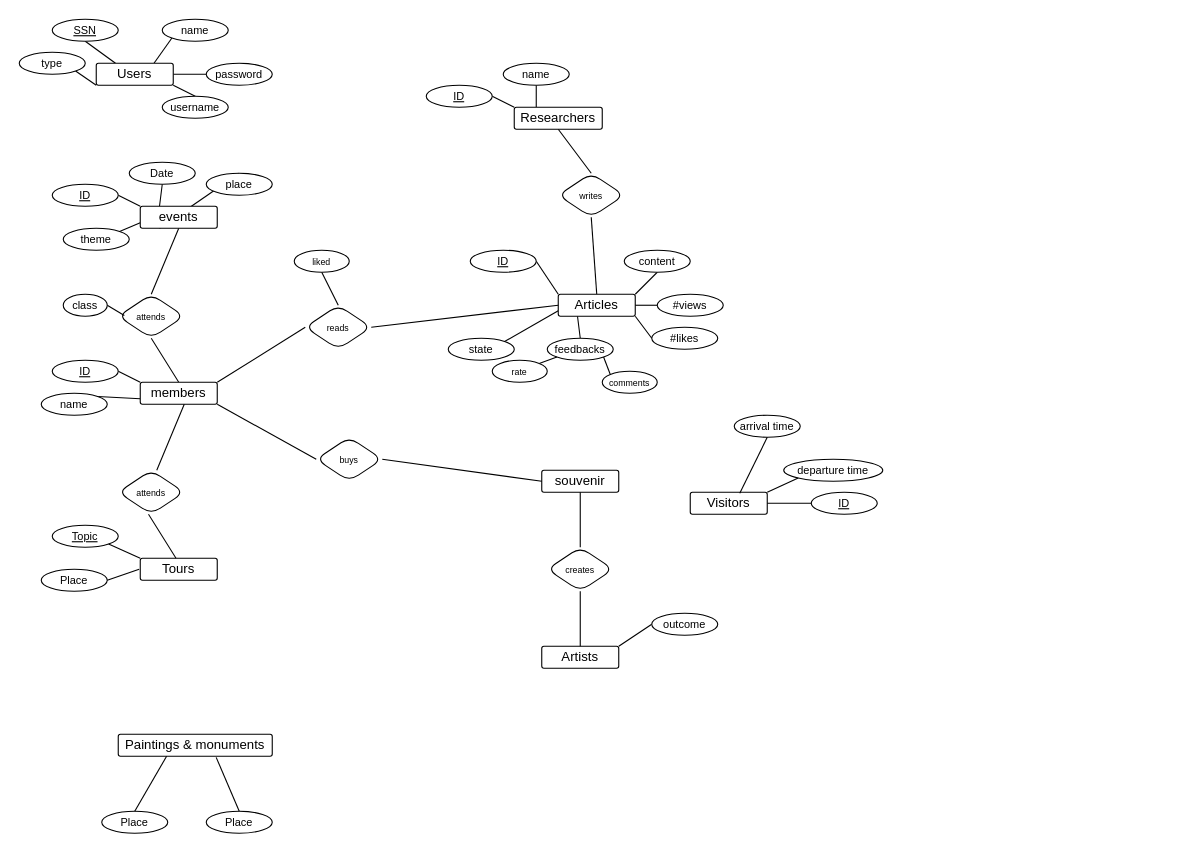
Earlier version of the draw.io diagram ER Diagram/museumER.drawio (Ahmed-ata112/Museum_APP). Source tidied: cells renumbered, new cells numbered last; positions are measured from the earlier drawing's top-left corner, leaving out a move shared by most shapes. Both pictures are drawn from the tidied source at 110%, with x=0, y=0 at pixel (19, 19).
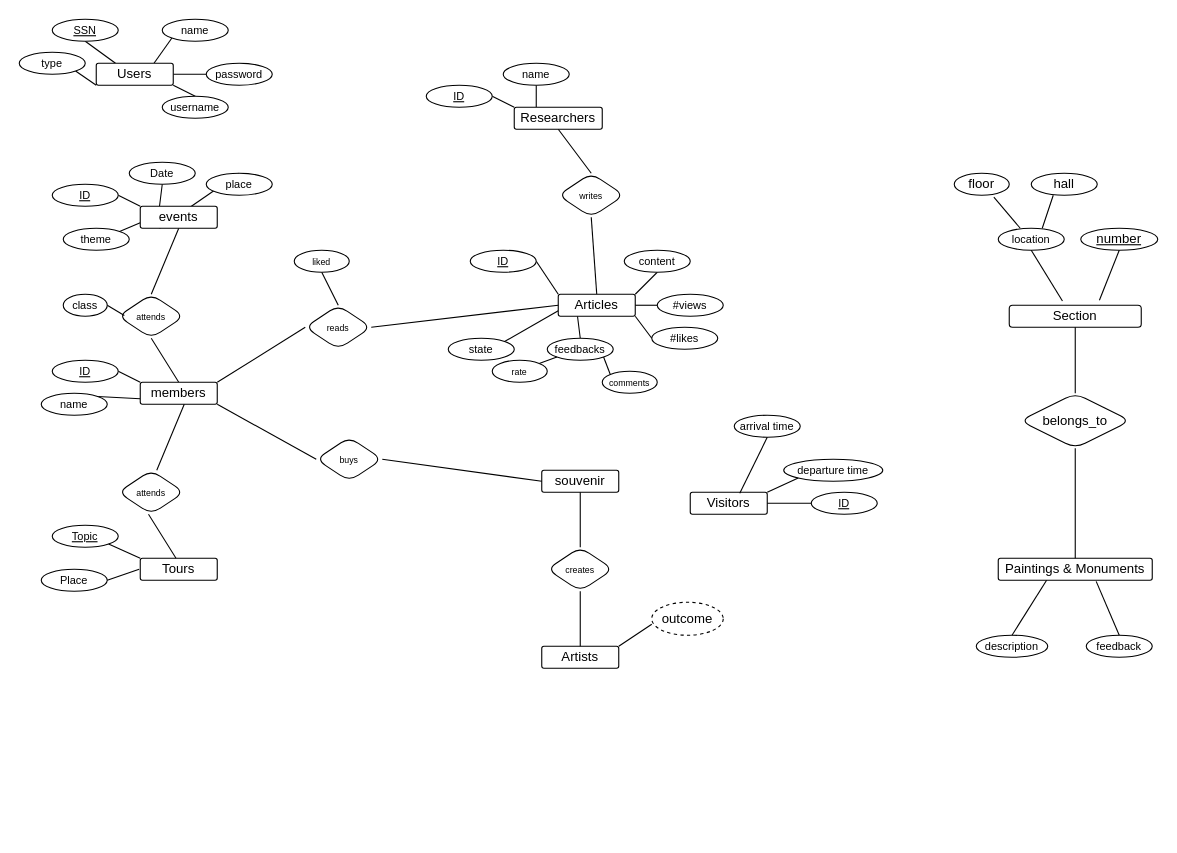
The same diagram, later.

The change refers to these unchanged cells:
```xml
<mxCell id="83" value="Artists" style="arcSize=10;whiteSpace=wrap;html=1;align=center;rounded=1;" parent="1" vertex="1">
  <mxGeometry x="475" y="570" width="70" height="20" as="geometry" />
</mxCell>
```

Change to the diagram source:
```diff
@@
-    <mxCell id="85" style="endArrow=none;html=1;entryX=0;entryY=0.5;entryDx=0;entryDy=0;exitX=1;exitY=0;exitDx=0;exitDy=0;" parent="1" edge="1" source="83" target="86">
-      <mxGeometry relative="1" as="geometry" />
+    <mxCell id="85" style="endArrow=none;html=1;entryX=0;entryY=0.5;entryDx=0;entryDy=0;exitX=1;exitY=0;exitDx=0;exitDy=0;" parent="1" edge="1" source="83">
+      <mxGeometry relative="1" as="geometry">
+        <mxPoint x="575" y="550" as="targetPoint" />
+      </mxGeometry>
     </mxCell>
-    <mxCell id="86" value="&lt;span style=&quot;font-size: 10px&quot;&gt;outcome&lt;/span&gt;" style="ellipse;whiteSpace=wrap;html=1;align=center;rounded=1;" parent="1" vertex="1">
-      <mxGeometry x="575" y="540" width="60" height="20" as="geometry" />
-    </mxCell>
-    <mxCell id="87" value="Paintings &amp;amp; monuments" style="arcSize=10;whiteSpace=wrap;html=1;align=center;rounded=1;" parent="1" vertex="1">
-      <mxGeometry x="90" y="650" width="140" height="20" as="geometry" />
+    <mxCell id="87" value="Paintings &amp;amp; Monuments" style="arcSize=10;whiteSpace=wrap;html=1;align=center;rounded=1;" parent="1" vertex="1">
+      <mxGeometry x="890" y="490" width="140" height="20" as="geometry" />
     </mxCell>
-    <mxCell id="88" value="&lt;span style=&quot;font-size: 10px&quot;&gt;Place&lt;br&gt;&lt;/span&gt;" style="ellipse;whiteSpace=wrap;html=1;align=center;rounded=1;" parent="1" vertex="1">
-      <mxGeometry x="75" y="720" width="60" height="20" as="geometry" />
+    <mxCell id="88" value="&lt;span style=&quot;font-size: 10px&quot;&gt;description&lt;br&gt;&lt;/span&gt;" style="ellipse;whiteSpace=wrap;html=1;align=center;rounded=1;" parent="1" vertex="1">
+      <mxGeometry x="870" y="560" width="65" height="20" as="geometry" />
     </mxCell>
-    <mxCell id="89" value="&lt;span style=&quot;font-size: 10px&quot;&gt;Place&lt;br&gt;&lt;/span&gt;" style="ellipse;whiteSpace=wrap;html=1;align=center;rounded=1;" parent="1" vertex="1">
-      <mxGeometry x="170" y="720" width="60" height="20" as="geometry" />
+    <mxCell id="89" value="&lt;span style=&quot;font-size: 10px&quot;&gt;feedback&lt;br&gt;&lt;/span&gt;" style="ellipse;whiteSpace=wrap;html=1;align=center;rounded=1;" parent="1" vertex="1">
+      <mxGeometry x="970" y="560" width="60" height="20" as="geometry" />
     </mxCell>
@@
+    <mxCell id="86" value="outcome" style="ellipse;whiteSpace=wrap;html=1;align=center;dashed=1;" parent="1" vertex="1">
+      <mxGeometry x="575" y="530" width="65" height="30" as="geometry" />
+    </mxCell>
+    <mxCell id="92" value="Section" style="rounded=1;whiteSpace=wrap;html=1;" parent="1" vertex="1">
+      <mxGeometry x="900" y="260" width="120" height="20" as="geometry" />
+    </mxCell>
+    <mxCell id="93" value="belongs_to" style="shape=rhombus;perimeter=rhombusPerimeter;whiteSpace=wrap;html=1;align=center;rounded=1;" parent="1" vertex="1">
+      <mxGeometry x="910" y="340" width="100" height="50" as="geometry" />
+    </mxCell>
+    <mxCell id="94" style="endArrow=none;html=1;exitX=0.5;exitY=0;exitDx=0;exitDy=0;" parent="1" edge="1" source="87">
+      <mxGeometry relative="1" as="geometry">
+        <mxPoint x="960" y="390" as="targetPoint" />
+      </mxGeometry>
+    </mxCell>
+    <mxCell id="95" style="endArrow=none;html=1;entryX=0.5;entryY=1;entryDx=0;entryDy=0;" parent="1" edge="1" source="93" target="92">
+      <mxGeometry relative="1" as="geometry" />
+    </mxCell>
+    <mxCell id="96" value="&lt;span style=&quot;font-size: 10px&quot;&gt;location&lt;br&gt;&lt;/span&gt;" style="ellipse;whiteSpace=wrap;html=1;align=center;rounded=1;" parent="1" vertex="1">
+      <mxGeometry x="890" y="190" width="60" height="20" as="geometry" />
+    </mxCell>
+    <mxCell id="97" style="endArrow=none;html=1;entryX=0.5;entryY=1;entryDx=0;entryDy=0;exitX=0.403;exitY=-0.19;exitDx=0;exitDy=0;exitPerimeter=0;" parent="1" edge="1" source="92" target="96">
+      <mxGeometry relative="1" as="geometry" />
+    </mxCell>
+    <mxCell id="98" value="number" style="ellipse;whiteSpace=wrap;html=1;align=center;fontStyle=4;rounded=1;" parent="1" vertex="1">
+      <mxGeometry x="965" y="190" width="70" height="20" as="geometry" />
+    </mxCell>
+    <mxCell id="99" style="endArrow=none;html=1;entryX=0.5;entryY=1;entryDx=0;entryDy=0;exitX=0.683;exitY=-0.23;exitDx=0;exitDy=0;exitPerimeter=0;" parent="1" edge="1" source="92" target="98">
+      <mxGeometry relative="1" as="geometry" />
+    </mxCell>
+    <mxCell id="100" style="endArrow=none;html=1;" parent="1" edge="1">
+      <mxGeometry relative="1" as="geometry">
+        <mxPoint x="930" y="190" as="sourcePoint" />
+        <mxPoint x="940" y="160" as="targetPoint" />
+      </mxGeometry>
+    </mxCell>
+    <mxCell id="101" style="endArrow=none;html=1;entryX=0.72;entryY=1.09;entryDx=0;entryDy=0;entryPerimeter=0;" parent="1" edge="1" target="102">
+      <mxGeometry relative="1" as="geometry">
+        <mxPoint x="910" y="190" as="sourcePoint" />
+      </mxGeometry>
+    </mxCell>
+    <mxCell id="102" value="floor" style="ellipse;whiteSpace=wrap;html=1;align=center;rounded=1;" parent="1" vertex="1">
+      <mxGeometry x="850" y="140" width="50" height="20" as="geometry" />
+    </mxCell>
+    <mxCell id="103" value="hall" style="ellipse;whiteSpace=wrap;html=1;align=center;rounded=1;" parent="1" vertex="1">
+      <mxGeometry x="920" y="140" width="60" height="20" as="geometry" />
+    </mxCell>
```
